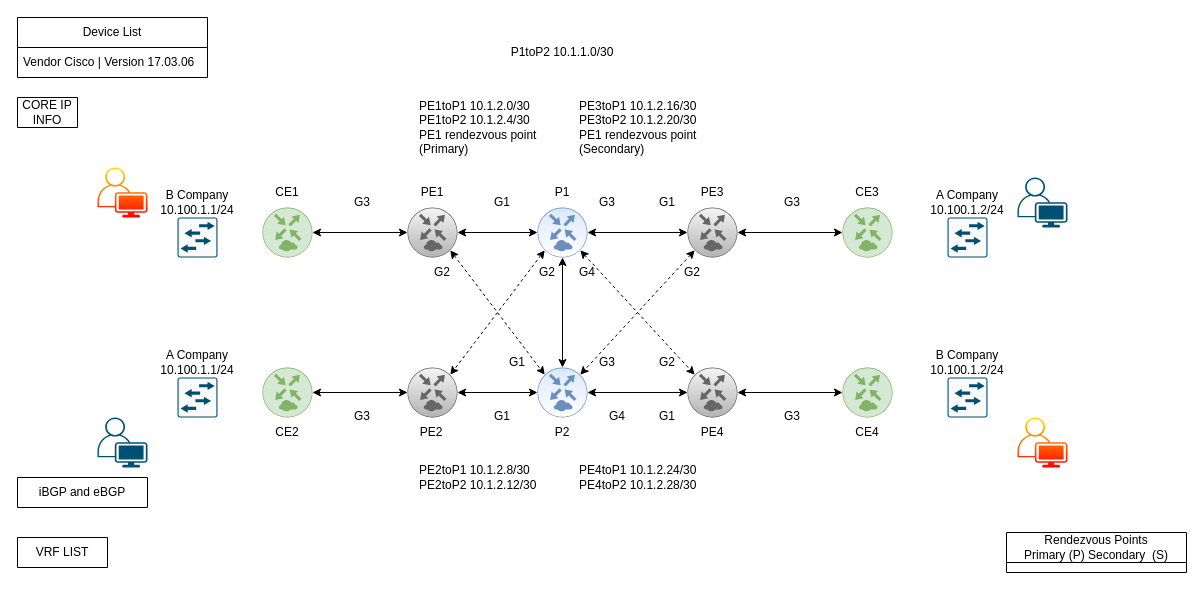
This is page "MPLS-CEtoCE-L2" (4 of 5) of MPLS.drawio from vxmaster/CML, a draw.io file, before an edit. Source tidied: cells renumbered, new cells numbered last; positions are measured from the earlier drawing's top-left corner, leaving out a move shared by most shapes. Both pictures are drawn from the tidied source at 100%, with x=0, y=0 at pixel (17, 17).
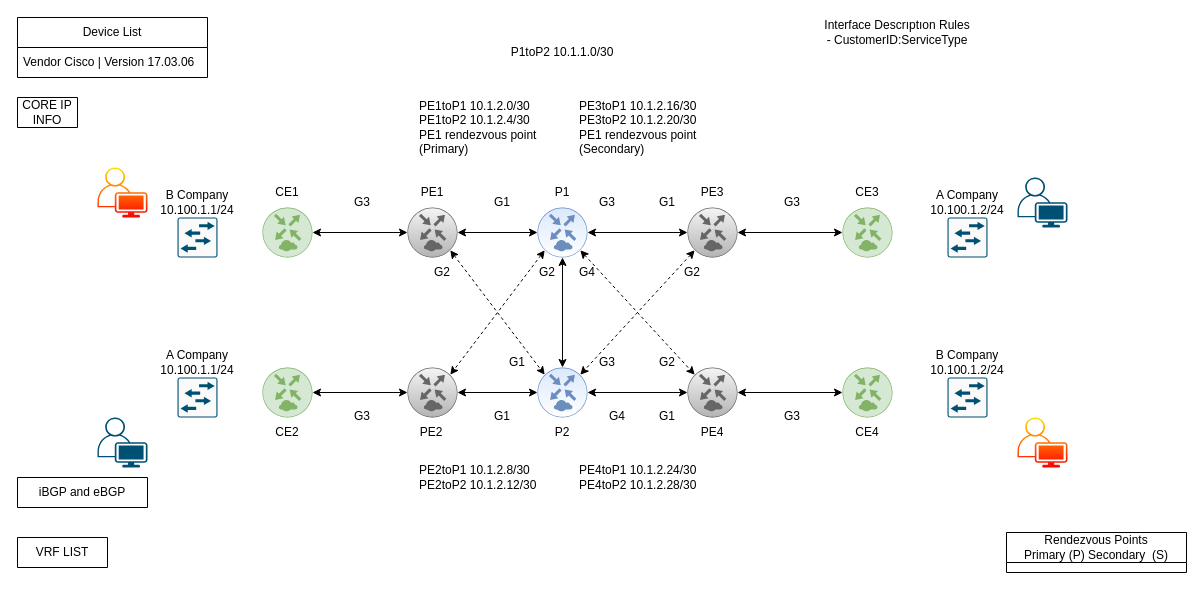
The same page after the edit.

What changed in the source:
```diff
@@
+    <mxCell id="87" value="&lt;div style=&quot;&quot;&gt;&lt;span style=&quot;background-color: initial;&quot;&gt;Interface Descrıptıon Rules&lt;/span&gt;&lt;br&gt;&lt;span style=&quot;background-color: initial;&quot;&gt;- CustomerID:ServiceType&lt;/span&gt;&lt;/div&gt;" style="text;html=1;align=center;verticalAlign=middle;whiteSpace=wrap;rounded=0;" parent="1" vertex="1">
+      <mxGeometry x="790" width="180" height="30" as="geometry" />
+    </mxCell>
```
